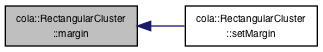
Earlier version of the Graphviz export documentation/classcola_1_1RectangularCluster_ac161a576c7156d9e0b78769fc2868fa5_icgraph.png (mjwybrow/adaptagrams). Its source is kept beside it as documentation/classcola_1_1RectangularCluster_ac161a576c7156d9e0b78769fc2868fa5_icgraph.dot. The source it was exported from:
```dot
digraph "cola::RectangularCluster::margin"
{
  edge [fontname="Helvetica",fontsize="10",labelfontname="Helvetica",labelfontsize="10"];
  node [fontname="Helvetica",fontsize="10",shape=record];
  rankdir="LR";
  Node6 [label="cola::RectangularCluster\l::margin",height=0.2,width=0.4,color="black", fillcolor="grey75", style="filled", fontcolor="black"];
  Node6 -> Node7 [dir="back",color="midnightblue",fontsize="10",style="solid",fontname="Helvetica"];
  Node7 [label="cola::RectangularCluster\l::setMargin",height=0.2,width=0.4,color="black", fillcolor="white", style="filled",URL="$classcola_1_1RectangularCluster.html#a26989234c1dc2e79148afcd62b45b9a6",tooltip="Sets the margin box for this cluster. "];
}
```
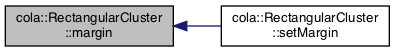
Above is the later version.

Diff of the diagram source:
```diff
@@ -3,7 +3,7 @@
   edge [fontname="Helvetica",fontsize="10",labelfontname="Helvetica",labelfontsize="10"];
   node [fontname="Helvetica",fontsize="10",shape=record];
   rankdir="LR";
-  Node6 [label="cola::RectangularCluster\l::margin",height=0.2,width=0.4,color="black", fillcolor="grey75", style="filled", fontcolor="black"];
-  Node6 -> Node7 [dir="back",color="midnightblue",fontsize="10",style="solid",fontname="Helvetica"];
-  Node7 [label="cola::RectangularCluster\l::setMargin",height=0.2,width=0.4,color="black", fillcolor="white", style="filled",URL="$classcola_1_1RectangularCluster.html#a26989234c1dc2e79148afcd62b45b9a6",tooltip="Sets the margin box for this cluster. "];
+  Node7 [label="cola::RectangularCluster\l::margin",height=0.2,width=0.4,color="black", fillcolor="grey75", style="filled", fontcolor="black"];
+  Node7 -> Node8 [dir="back",color="midnightblue",fontsize="10",style="solid",fontname="Helvetica"];
+  Node8 [label="cola::RectangularCluster\l::setMargin",height=0.2,width=0.4,color="black", fillcolor="white", style="filled",URL="$classcola_1_1RectangularCluster.html#a26989234c1dc2e79148afcd62b45b9a6",tooltip="Sets the margin box for this cluster. "];
 }
```
